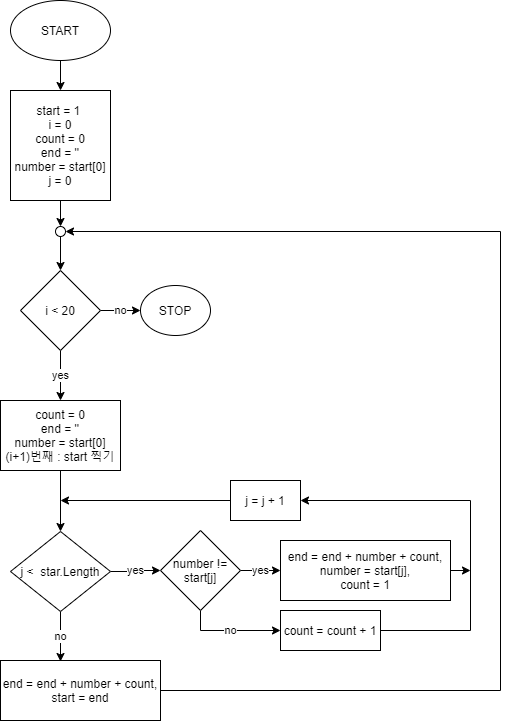
Above: 7AL.png in ian0550/20201217_new (draw.io), before the change. Source tidied: cells renumbered, new cells last; positions are measured from the earlier drawing's top-left corner, leaving out a move shared by most shapes. Source of this version:
```xml
<mxGraphModel background="#ffffff">
  <root>
    <mxCell id="0" />
    <mxCell id="1" parent="0" />
    <mxCell id="2" style="edgeStyle=orthogonalEdgeStyle;rounded=0;jettySize=auto;html=1;" parent="1" edge="1" source="3" target="5">
      <mxGeometry relative="1" as="geometry" />
    </mxCell>
    <mxCell id="3" value="START" style="ellipse;whiteSpace=wrap;html=1;" parent="1" vertex="1">
      <mxGeometry x="10" width="100" height="60" as="geometry" />
    </mxCell>
    <mxCell id="4" style="edgeStyle=orthogonalEdgeStyle;rounded=0;jettySize=auto;html=1;exitX=0.5;exitY=1;exitDx=0;exitDy=0;entryX=0.5;entryY=0;entryDx=0;entryDy=0;" parent="1" edge="1" source="5" target="14">
      <mxGeometry relative="1" as="geometry" />
    </mxCell>
    <mxCell id="5" value="start = 1&amp;nbsp;&lt;br&gt;i = 0&lt;br&gt;count = 0&lt;br&gt;end = ''&lt;br&gt;number = start[0]&lt;br&gt;j = 0" style="whiteSpace=wrap;html=1;" parent="1" vertex="1">
      <mxGeometry x="10" y="90" width="100" height="110" as="geometry" />
    </mxCell>
    <mxCell id="6" value="no" style="edgeStyle=orthogonalEdgeStyle;rounded=0;jettySize=auto;html=1;" parent="1" edge="1" source="8">
      <mxGeometry relative="1" as="geometry">
        <mxPoint x="60" y="661" as="targetPoint" />
      </mxGeometry>
    </mxCell>
    <mxCell id="7" value="yes" style="edgeStyle=orthogonalEdgeStyle;rounded=0;jettySize=auto;html=1;exitX=1;exitY=0.5;exitDx=0;exitDy=0;entryX=0;entryY=0.5;entryDx=0;entryDy=0;" parent="1" edge="1" source="8" target="17">
      <mxGeometry relative="1" as="geometry" />
    </mxCell>
    <mxCell id="8" value="j &amp;lt;&amp;nbsp; star.Length" style="rhombus;whiteSpace=wrap;html=1;" parent="1" vertex="1">
      <mxGeometry x="10" y="531" width="100" height="80" as="geometry" />
    </mxCell>
    <mxCell id="9" style="edgeStyle=orthogonalEdgeStyle;rounded=0;jettySize=auto;html=1;exitX=1;exitY=0.5;exitDx=0;exitDy=0;entryX=1;entryY=0.5;entryDx=0;entryDy=0;" parent="1" edge="1" source="10" target="14">
      <mxGeometry relative="1" as="geometry">
        <Array as="points">
          <mxPoint x="500" y="690" />
          <mxPoint x="500" y="231" />
        </Array>
      </mxGeometry>
    </mxCell>
    <mxCell id="10" value="end = end + number + count,&lt;br&gt;start = end" style="whiteSpace=wrap;html=1;" parent="1" vertex="1">
      <mxGeometry y="660" width="160" height="60" as="geometry" />
    </mxCell>
    <mxCell id="11" style="edgeStyle=orthogonalEdgeStyle;rounded=0;jettySize=auto;html=1;exitX=0.5;exitY=1;exitDx=0;exitDy=0;entryX=0.5;entryY=0;entryDx=0;entryDy=0;" parent="1" edge="1" source="12" target="8">
      <mxGeometry relative="1" as="geometry" />
    </mxCell>
    <mxCell id="12" value="count = 0&lt;br&gt;end = ''&lt;br&gt;number = start[0]&lt;br&gt;(i+1)번째 : start 찍기" style="rounded=0;whiteSpace=wrap;html=1;" parent="1" vertex="1">
      <mxGeometry y="400" width="120" height="70" as="geometry" />
    </mxCell>
    <mxCell id="13" style="edgeStyle=orthogonalEdgeStyle;rounded=0;jettySize=auto;html=1;exitX=0.5;exitY=1;exitDx=0;exitDy=0;entryX=0.5;entryY=0;entryDx=0;entryDy=0;" parent="1" edge="1" source="14" target="26">
      <mxGeometry relative="1" as="geometry" />
    </mxCell>
    <mxCell id="14" style="ellipse;whiteSpace=wrap;html=1;" parent="1" vertex="1">
      <mxGeometry x="55" y="226" width="10" height="10" as="geometry" />
    </mxCell>
    <mxCell id="15" value="yes" style="edgeStyle=orthogonalEdgeStyle;rounded=0;jettySize=auto;html=1;" parent="1" edge="1" source="17" target="19">
      <mxGeometry relative="1" as="geometry" />
    </mxCell>
    <mxCell id="16" value="no" style="edgeStyle=orthogonalEdgeStyle;rounded=0;jettySize=auto;html=1;exitX=0.5;exitY=1;exitDx=0;exitDy=0;entryX=0;entryY=0.5;entryDx=0;entryDy=0;" parent="1" edge="1" source="17" target="21">
      <mxGeometry relative="1" as="geometry" />
    </mxCell>
    <mxCell id="17" value="number != start[j]" style="rhombus;whiteSpace=wrap;html=1;" parent="1" vertex="1">
      <mxGeometry x="160" y="530" width="80" height="80" as="geometry" />
    </mxCell>
    <mxCell id="18" style="edgeStyle=orthogonalEdgeStyle;rounded=0;jettySize=auto;html=1;exitX=1;exitY=0.5;exitDx=0;exitDy=0;" parent="1" edge="1" source="19">
      <mxGeometry relative="1" as="geometry">
        <mxPoint x="470" y="570" as="targetPoint" />
      </mxGeometry>
    </mxCell>
    <mxCell id="19" value="end = end + number + count,&lt;br&gt;number = start[j],&lt;br&gt;count = 1" style="whiteSpace=wrap;html=1;" parent="1" vertex="1">
      <mxGeometry x="280" y="540" width="170" height="60" as="geometry" />
    </mxCell>
    <mxCell id="20" style="edgeStyle=orthogonalEdgeStyle;rounded=0;jettySize=auto;html=1;exitX=1;exitY=0.5;exitDx=0;exitDy=0;entryX=1;entryY=0.5;entryDx=0;entryDy=0;" parent="1" edge="1" source="21" target="23">
      <mxGeometry relative="1" as="geometry">
        <Array as="points">
          <mxPoint x="470" y="630" />
          <mxPoint x="470" y="500" />
        </Array>
      </mxGeometry>
    </mxCell>
    <mxCell id="21" value="count = count + 1" style="whiteSpace=wrap;html=1;" parent="1" vertex="1">
      <mxGeometry x="280" y="610" width="100" height="40" as="geometry" />
    </mxCell>
    <mxCell id="22" style="edgeStyle=orthogonalEdgeStyle;rounded=0;jettySize=auto;html=1;exitX=0;exitY=0.5;exitDx=0;exitDy=0;" parent="1" edge="1" source="23">
      <mxGeometry relative="1" as="geometry">
        <mxPoint x="60" y="500" as="targetPoint" />
      </mxGeometry>
    </mxCell>
    <mxCell id="23" value="j = j + 1" style="rounded=0;whiteSpace=wrap;html=1;" parent="1" vertex="1">
      <mxGeometry x="230" y="480" width="70" height="40" as="geometry" />
    </mxCell>
    <mxCell id="24" value="yes" style="edgeStyle=orthogonalEdgeStyle;rounded=0;jettySize=auto;html=1;exitX=0.5;exitY=1;exitDx=0;exitDy=0;entryX=0.5;entryY=0;entryDx=0;entryDy=0;" parent="1" edge="1" source="26" target="12">
      <mxGeometry relative="1" as="geometry" />
    </mxCell>
    <mxCell id="25" value="no" style="edgeStyle=orthogonalEdgeStyle;rounded=0;jettySize=auto;html=1;" parent="1" edge="1" source="26" target="27">
      <mxGeometry relative="1" as="geometry" />
    </mxCell>
    <mxCell id="26" value="i &amp;lt; 20" style="rhombus;whiteSpace=wrap;html=1;" parent="1" vertex="1">
      <mxGeometry x="20" y="270" width="80" height="80" as="geometry" />
    </mxCell>
    <mxCell id="27" value="STOP" style="ellipse;whiteSpace=wrap;html=1;" parent="1" vertex="1">
      <mxGeometry x="140" y="285" width="70" height="50" as="geometry" />
    </mxCell>
  </root>
</mxGraphModel>
```
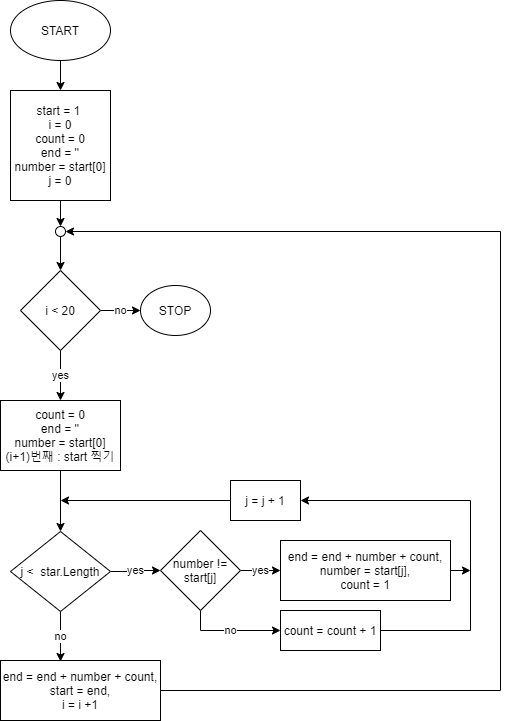
Above is the later version.

What changed in the source:
```diff
@@ -33,7 +33,7 @@
         </Array>
       </mxGeometry>
     </mxCell>
-    <mxCell id="10" value="end = end + number + count,&lt;br&gt;start = end" style="whiteSpace=wrap;html=1;" parent="1" vertex="1">
+    <mxCell id="10" value="end = end + number + count,&lt;br&gt;start = end,&lt;br&gt;i = i +1" style="whiteSpace=wrap;html=1;" parent="1" vertex="1">
       <mxGeometry y="660" width="160" height="60" as="geometry" />
     </mxCell>
     <mxCell id="11" style="edgeStyle=orthogonalEdgeStyle;rounded=0;jettySize=auto;html=1;exitX=0.5;exitY=1;exitDx=0;exitDy=0;entryX=0.5;entryY=0;entryDx=0;entryDy=0;" parent="1" edge="1" source="12" target="8">
```
